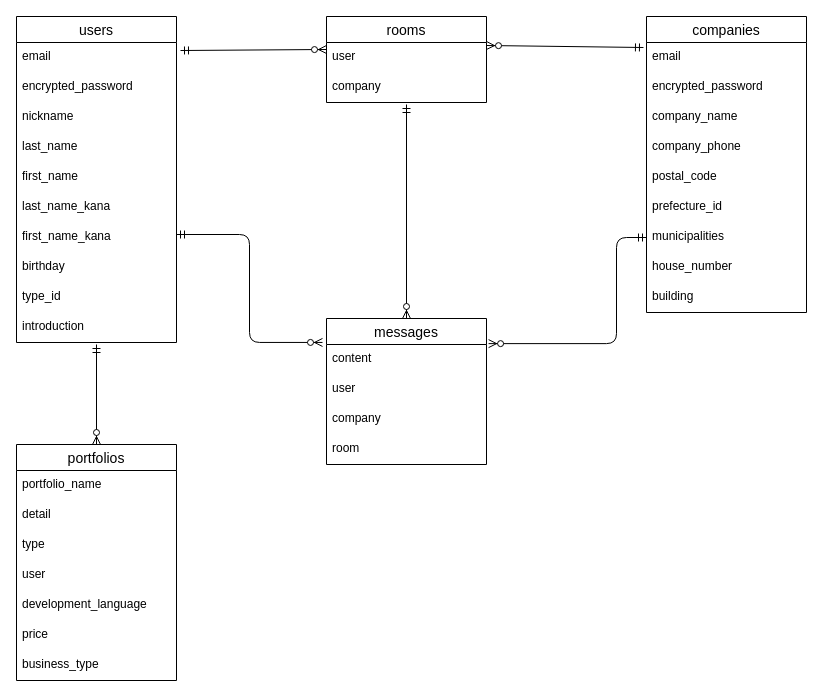
The draw.io diagram howmuch.dio in junta-nakamura/Howmuch3, before the edit. Source tidied: cells renumbered, new cells numbered last; positions are measured from the earlier drawing's top-left corner, leaving out a move shared by most shapes. Both pictures are drawn from the tidied source at 100%, with x=0, y=0 at pixel (16, 16).
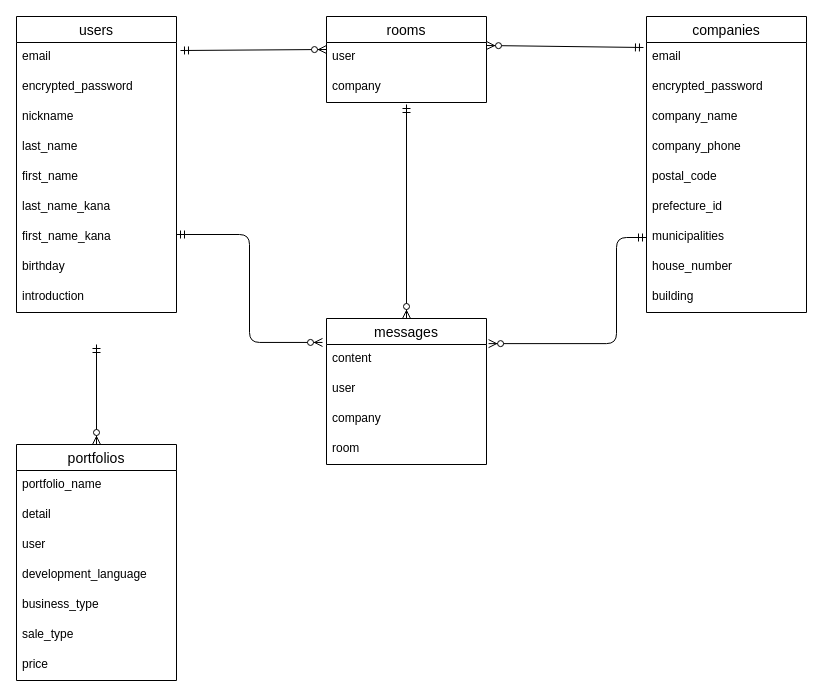
Above is the later version.

The change refers to these unchanged cells:
```xml
<mxCell id="12" value="portfolios" style="swimlane;fontStyle=0;horizontal=1;startSize=26;align=center;fontSize=14;" parent="1" vertex="1">
  <mxGeometry y="428" width="160" height="236" as="geometry" />
</mxCell>
```

The edit, as a diff of the source:
```diff
@@
-    <mxCell id="15" value="type" style="text;strokeColor=none;fillColor=none;spacingLeft=4;spacingRight=4;overflow=hidden;fontSize=12;" parent="12" vertex="1">
-      <mxGeometry y="86" width="160" height="30" as="geometry" />
-    </mxCell>
     <mxCell id="16" value="user" style="text;strokeColor=none;fillColor=none;spacingLeft=4;spacingRight=4;overflow=hidden;fontSize=12;" parent="12" vertex="1">
-      <mxGeometry y="116" width="160" height="30" as="geometry" />
+      <mxGeometry y="86" width="160" height="30" as="geometry" />
     </mxCell>
     <mxCell id="17" value="development_language" style="text;strokeColor=none;fillColor=none;spacingLeft=4;spacingRight=4;overflow=hidden;fontSize=12;" parent="12" vertex="1">
-      <mxGeometry y="146" width="160" height="30" as="geometry" />
+      <mxGeometry y="116" width="160" height="30" as="geometry" />
     </mxCell>
+    <mxCell id="19" value="business_type" style="text;strokeColor=none;fillColor=none;spacingLeft=4;spacingRight=4;overflow=hidden;fontSize=12;" parent="12" vertex="1">
+      <mxGeometry y="146" width="160" height="30" as="geometry" />
+    </mxCell>
+    <mxCell id="29" value="sale_type" style="text;strokeColor=none;fillColor=none;spacingLeft=4;spacingRight=4;overflow=hidden;fontSize=12;" parent="12" vertex="1">
+      <mxGeometry y="176" width="160" height="30" as="geometry" />
+    </mxCell>
     <mxCell id="18" value="price" style="text;strokeColor=none;fillColor=none;spacingLeft=4;spacingRight=4;overflow=hidden;fontSize=12;" parent="12" vertex="1">
-      <mxGeometry y="176" width="160" height="30" as="geometry" />
+      <mxGeometry y="206" width="160" height="30" as="geometry" />
     </mxCell>
-    <mxCell id="19" value="business_type" style="text;strokeColor=none;fillColor=none;spacingLeft=4;spacingRight=4;overflow=hidden;fontSize=12;" parent="12" vertex="1">
-      <mxGeometry y="206" width="160" height="30" as="geometry" />
-    </mxCell>
     <mxCell id="20" value="users" style="swimlane;fontStyle=0;horizontal=1;startSize=26;align=center;fontSize=14;" parent="1" vertex="1">
-      <mxGeometry width="160" height="326" as="geometry" />
+      <mxGeometry width="160" height="296" as="geometry" />
     </mxCell>
@@
-    <mxCell id="29" value="type_id" style="text;strokeColor=none;fillColor=none;spacingLeft=4;spacingRight=4;overflow=hidden;fontSize=12;" parent="20" vertex="1">
-      <mxGeometry y="266" width="160" height="30" as="geometry" />
-    </mxCell>
     <mxCell id="30" value="introduction" style="text;strokeColor=none;fillColor=none;spacingLeft=4;spacingRight=4;overflow=hidden;fontSize=12;" parent="20" vertex="1">
-      <mxGeometry y="296" width="160" height="30" as="geometry" />
+      <mxGeometry y="266" width="160" height="30" as="geometry" />
     </mxCell>
```
